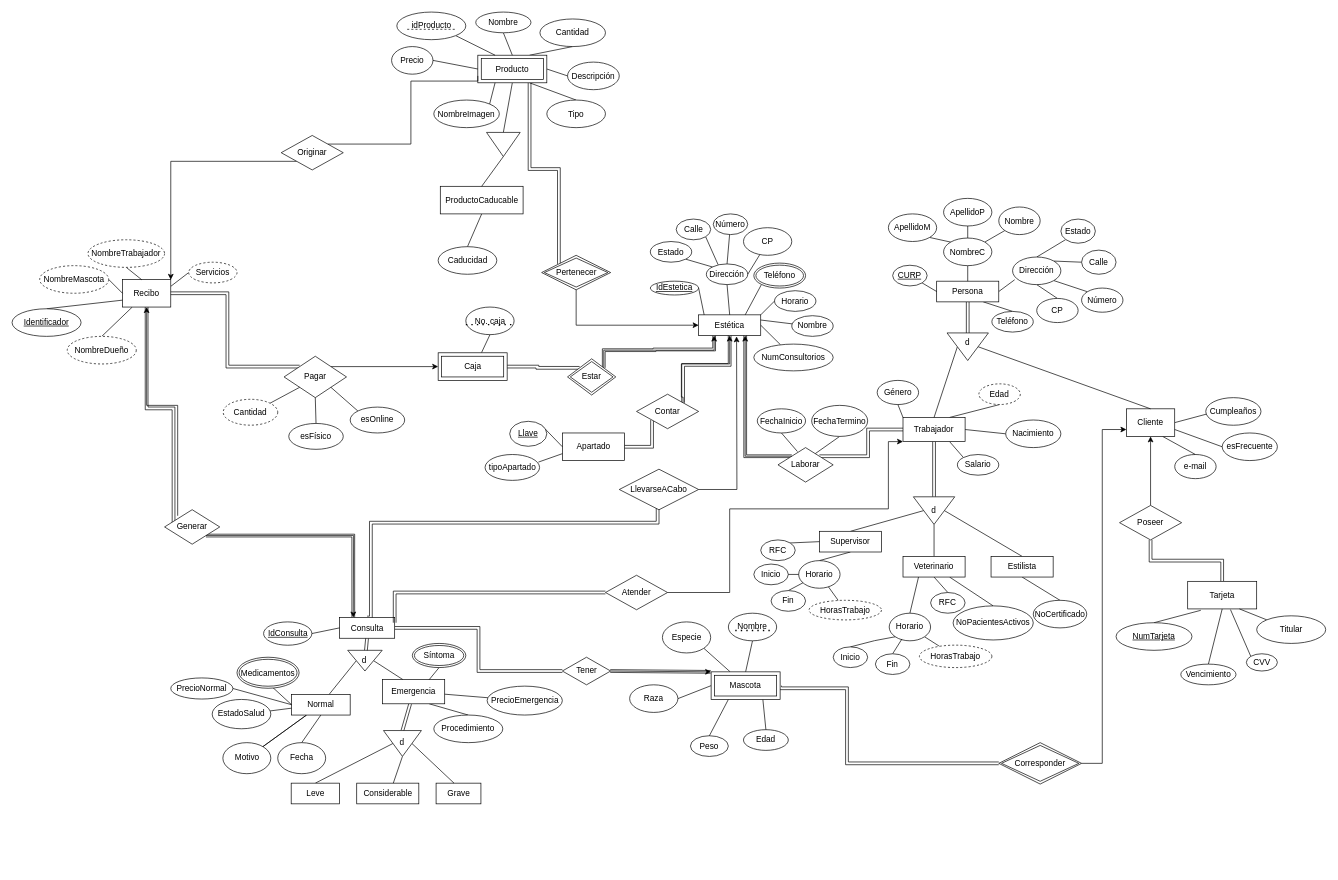
Above: ERAlfa.drawio in FBD-Alfa/Practica03 (draw.io), before the change. Source tidied: cells renumbered, new cells numbered last; positions are measured from the earlier drawing's top-left corner, leaving out a move shared by most shapes. Both pictures are drawn from the tidied source at 69%, with x=0, y=0 at pixel (12, 12).
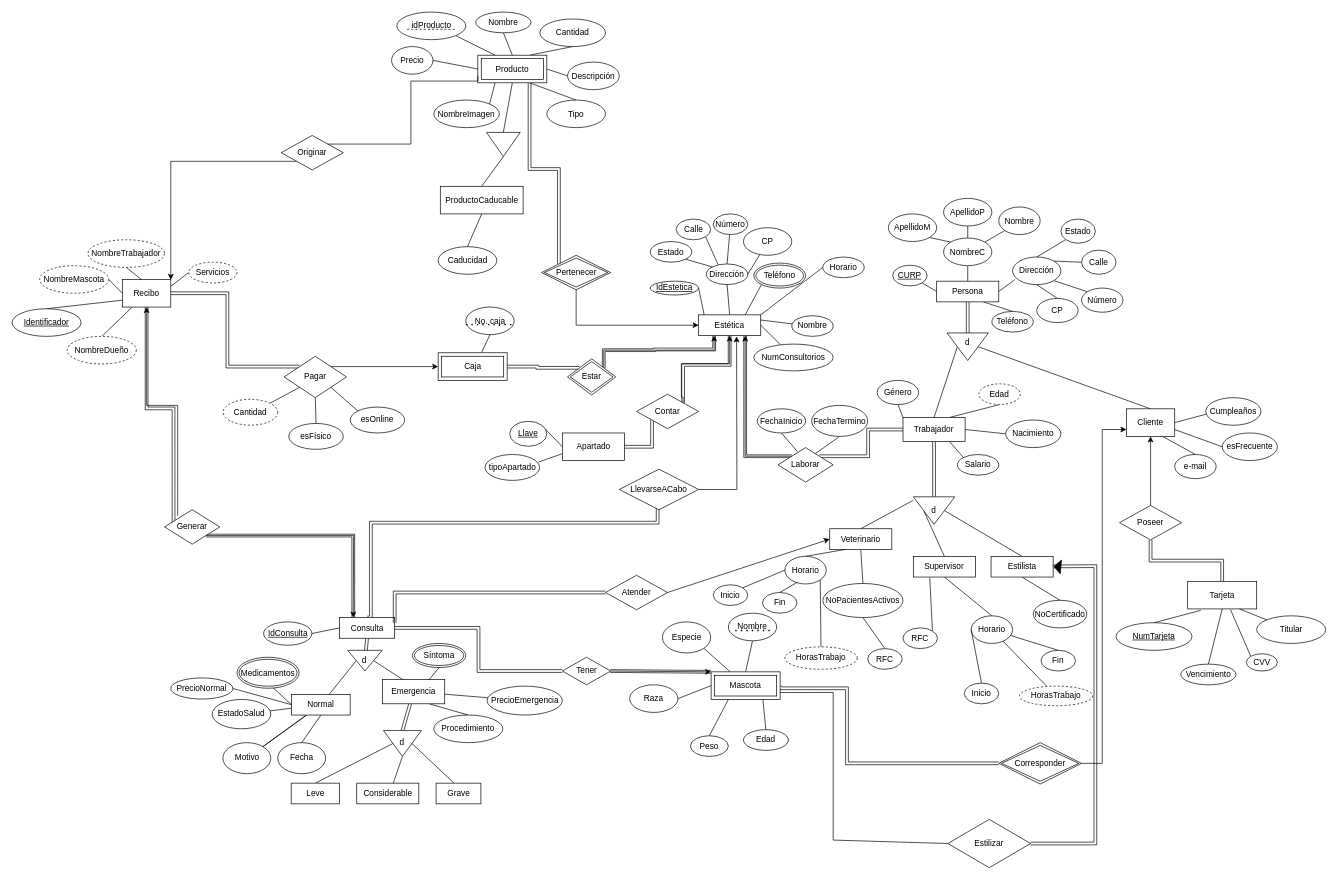
The same diagram, later.

Unchanged cells that the change refers to:
```xml
<mxCell id="33" value="Mascota" style="shape=ext;margin=3;double=1;whiteSpace=wrap;html=1;align=center;" parent="1" vertex="1">
  <mxGeometry x="1013.1" y="956.2" width="100" height="40" as="geometry" />
</mxCell>
<mxCell id="122" value="Trabajador" style="whiteSpace=wrap;html=1;align=center;" parent="1" vertex="1">
  <mxGeometry x="1291.2" y="587.5" width="90" height="35" as="geometry" />
</mxCell>
<mxCell id="131" style="triangle;whiteSpace=wrap;html=1;rotation=90;" parent="1" vertex="1">
  <mxGeometry x="1316.2" y="692.5" width="40" height="60" as="geometry" />
</mxCell>
<mxCell id="136" value="Estilista" style="whiteSpace=wrap;html=1;align=center;" parent="1" vertex="1">
  <mxGeometry x="1418.8" y="788.8" width="90" height="30" as="geometry" />
</mxCell>
<mxCell id="229" value="d" style="text;html=1;strokeColor=none;fillColor=none;align=center;verticalAlign=middle;whiteSpace=wrap;rounded=0;" parent="1" vertex="1">
  <mxGeometry x="1306.2" y="707.5" width="60" height="30" as="geometry" />
</mxCell>
<mxCell id="235" value="Atender" style="shape=rhombus;perimeter=rhombusPerimeter;whiteSpace=wrap;html=1;align=center;" parent="1" vertex="1">
  <mxGeometry x="860" y="816.2" width="90" height="50" as="geometry" />
</mxCell>
```

Change to the diagram source:
```diff
@@
     <mxCell id="111" value="Supervisor" style="whiteSpace=wrap;html=1;align=center;" parent="1" vertex="1">
-      <mxGeometry x="1170" y="752.5" width="90" height="30" as="geometry" />
+      <mxGeometry x="1306.2" y="788.8" width="90" height="30" as="geometry" />
     </mxCell>
@@
-    <mxCell id="129" style="edgeStyle=none;rounded=0;jettySize=auto;html=1;exitX=1;exitY=0.5;exitDx=0;exitDy=0;entryX=0.5;entryY=0;entryDx=0;entryDy=0;endArrow=none;endFill=0;" parent="1" edge="1" source="131" target="134">
+    <mxCell id="129" style="edgeStyle=none;rounded=0;jettySize=auto;html=1;exitX=0;exitY=0;exitDx=0;exitDy=0;entryX=0.5;entryY=0;entryDx=0;entryDy=0;endArrow=none;endFill=0;" parent="1" edge="1" source="229" target="134">
       <mxGeometry relative="1" as="geometry" />
     </mxCell>
@@
-    <mxCell id="132" style="edgeStyle=none;rounded=0;jettySize=auto;html=1;exitX=0.5;exitY=1;exitDx=0;exitDy=0;entryX=0.5;entryY=0;entryDx=0;entryDy=0;endArrow=none;endFill=0;" parent="1" edge="1" source="134" target="143">
+    <mxCell id="132" style="edgeStyle=none;rounded=0;jettySize=auto;html=1;exitX=0.5;exitY=1;exitDx=0;exitDy=0;entryX=0.5;entryY=0;entryDx=0;entryDy=0;endArrow=none;endFill=0;startArrow=none;" parent="1" edge="1" source="144" target="143">
       <mxGeometry relative="1" as="geometry" />
     </mxCell>
-    <mxCell id="133" style="edgeStyle=none;rounded=0;jettySize=auto;html=1;exitX=0.75;exitY=1;exitDx=0;exitDy=0;entryX=0.5;entryY=0;entryDx=0;entryDy=0;endArrow=none;endFill=0;" parent="1" edge="1" source="134" target="144">
-      <mxGeometry relative="1" as="geometry" />
-    </mxCell>
     <mxCell id="134" value="Veterinario" style="whiteSpace=wrap;html=1;align=center;" parent="1" vertex="1">
-      <mxGeometry x="1291.2" y="788.8" width="90" height="30" as="geometry" />
+      <mxGeometry x="1185" y="748.8" width="90" height="30" as="geometry" />
     </mxCell>
@@
     <mxCell id="139" value="Horario" style="ellipse;whiteSpace=wrap;html=1;align=center;" parent="1" vertex="1">
-      <mxGeometry x="1271.2" y="871.2" width="60" height="40" as="geometry" />
+      <mxGeometry x="1120" y="788.8" width="60" height="40" as="geometry" />
     </mxCell>
-    <mxCell id="140" style="edgeStyle=none;rounded=0;jettySize=auto;html=1;endArrow=none;endFill=0;entryX=0;entryY=0.5;entryDx=0;entryDy=0;exitX=1;exitY=0;exitDx=0;exitDy=0;" parent="1" edge="1" source="142" target="111">
-      <mxGeometry relative="1" as="geometry" />
+    <mxCell id="140" style="edgeStyle=none;rounded=0;jettySize=auto;html=1;endArrow=none;endFill=0;exitX=1;exitY=0;exitDx=0;exitDy=0;" parent="1" edge="1" source="142">
+      <mxGeometry relative="1" as="geometry">
+        <mxPoint x="1330" y="820" as="targetPoint" />
+      </mxGeometry>
     </mxCell>
@@
     <mxCell id="142" value="RFC" style="ellipse;whiteSpace=wrap;html=1;align=center;" parent="1" vertex="1">
-      <mxGeometry x="1085" y="765" width="50" height="30" as="geometry" />
+      <mxGeometry x="1291.2" y="892.5" width="50" height="30" as="geometry" />
     </mxCell>
     <mxCell id="143" value="RFC" style="ellipse;whiteSpace=wrap;html=1;align=center;" parent="1" vertex="1">
-      <mxGeometry x="1331.2" y="841.2" width="50" height="30" as="geometry" />
+      <mxGeometry x="1240" y="922.5" width="50" height="30" as="geometry" />
     </mxCell>
-    <mxCell id="144" value="NoPacientesActivos" style="ellipse;whiteSpace=wrap;html=1;align=center;" parent="1" vertex="1">
-      <mxGeometry x="1363.8" y="860.6" width="116.2" height="49.4" as="geometry" />
-    </mxCell>
-    <mxCell id="145" style="edgeStyle=none;rounded=0;jettySize=auto;html=1;entryX=0;entryY=1;entryDx=0;entryDy=0;endArrow=none;endFill=0;exitX=0.5;exitY=0;exitDx=0;exitDy=0;" parent="1" edge="1" source="146" target="139">
-      <mxGeometry relative="1" as="geometry">
-        <Array as="points">
-          <mxPoint x="1250" y="911" />
-        </Array>
-      </mxGeometry>
-    </mxCell>
     <mxCell id="146" value="Inicio" style="ellipse;whiteSpace=wrap;html=1;align=center;" parent="1" vertex="1">
-      <mxGeometry x="1190" y="920" width="50" height="30" as="geometry" />
+      <mxGeometry x="1016.2" y="830" width="50" height="30" as="geometry" />
     </mxCell>
@@
     <mxCell id="148" value="Fin" style="ellipse;whiteSpace=wrap;html=1;align=center;" parent="1" vertex="1">
-      <mxGeometry x="1251.2" y="930" width="50" height="30" as="geometry" />
+      <mxGeometry x="1087.5" y="841.2" width="50" height="30" as="geometry" />
     </mxCell>
@@
     <mxCell id="208" value="Horario" style="ellipse;whiteSpace=wrap;html=1;align=center;" parent="1" vertex="1">
-      <mxGeometry x="1140" y="795" width="60" height="40" as="geometry" />
+      <mxGeometry x="1390" y="875" width="60" height="40" as="geometry" />
     </mxCell>
-    <mxCell id="209" style="edgeStyle=none;rounded=0;jettySize=auto;html=1;entryX=0;entryY=0.5;entryDx=0;entryDy=0;endArrow=none;endFill=0;" parent="1" edge="1" target="208">
-      <mxGeometry relative="1" as="geometry">
-        <mxPoint x="1120" y="815" as="sourcePoint" />
-      </mxGeometry>
+    <mxCell id="209" style="edgeStyle=none;rounded=0;jettySize=auto;html=1;entryX=0;entryY=0.5;entryDx=0;entryDy=0;endArrow=none;endFill=0;exitX=0.5;exitY=0;exitDx=0;exitDy=0;" parent="1" edge="1" source="210" target="208">
+      <mxGeometry relative="1" as="geometry" />
     </mxCell>
     <mxCell id="210" value="Inicio" style="ellipse;whiteSpace=wrap;html=1;align=center;" parent="1" vertex="1">
-      <mxGeometry x="1075" y="800" width="50" height="30" as="geometry" />
+      <mxGeometry x="1380" y="972.5" width="50" height="30" as="geometry" />
     </mxCell>
@@
     <mxCell id="212" value="Fin" style="ellipse;whiteSpace=wrap;html=1;align=center;" parent="1" vertex="1">
-      <mxGeometry x="1100" y="838.4" width="50" height="30" as="geometry" />
+      <mxGeometry x="1491.2" y="925" width="50" height="30" as="geometry" />
     </mxCell>
@@
     <mxCell id="215" value="Horario" style="ellipse;whiteSpace=wrap;html=1;" parent="1" vertex="1">
-      <mxGeometry x="1105" y="403.8" width="60" height="30" as="geometry" />
+      <mxGeometry x="1175" y="355" width="60" height="30" as="geometry" />
     </mxCell>
@@
-    <mxCell id="234" style="edgeStyle=orthogonalEdgeStyle;rounded=0;jettySize=auto;html=1;exitX=1;exitY=0.5;exitDx=0;exitDy=0;entryX=0;entryY=1;entryDx=0;entryDy=0;endArrow=classic;endFill=1;" parent="1" edge="1" source="235" target="122">
-      <mxGeometry relative="1" as="geometry">
-        <Array as="points">
-          <mxPoint x="1040" y="841" />
-          <mxPoint x="1040" y="720" />
-          <mxPoint x="1270" y="720" />
-          <mxPoint x="1270" y="622" />
-        </Array>
-      </mxGeometry>
-    </mxCell>
@@
-    <mxCell id="242" value="HorasTrabajo" style="ellipse;whiteSpace=wrap;html=1;align=center;dashed=1;" parent="1" vertex="1">
-      <mxGeometry x="1315" y="917.5" width="105" height="32.5" as="geometry" />
-    </mxCell>
@@
     <mxCell id="244" value="HorasTrabajo" style="ellipse;whiteSpace=wrap;html=1;align=center;dashed=1;" parent="1" vertex="1">
-      <mxGeometry x="1155" y="852.5" width="105" height="28.4" as="geometry" />
+      <mxGeometry x="1460" y="976.9" width="106.2" height="28.4" as="geometry" />
     </mxCell>
@@
+    <mxCell id="144" value="NoPacientesActivos" style="ellipse;whiteSpace=wrap;html=1;align=center;" parent="1" vertex="1">
+      <mxGeometry x="1175" y="828.1" width="116.2" height="49.4" as="geometry" />
+    </mxCell>
+    <mxCell id="133" style="edgeStyle=none;rounded=0;jettySize=auto;html=1;exitX=0.5;exitY=1;exitDx=0;exitDy=0;entryX=0.5;entryY=0;entryDx=0;entryDy=0;endArrow=none;endFill=0;" parent="1" edge="1" source="134" target="144">
+      <mxGeometry relative="1" as="geometry" />
+    </mxCell>
+    <mxCell id="242" value="HorasTrabajo" style="ellipse;whiteSpace=wrap;html=1;align=center;dashed=1;" parent="1" vertex="1">
+      <mxGeometry x="1120" y="920" width="105" height="32.5" as="geometry" />
+    </mxCell>
+    <mxCell id="258" style="endArrow=classic;html=1;rounded=0;entryX=0;entryY=0.5;entryDx=0;entryDy=0;exitX=1;exitY=0.5;exitDx=0;exitDy=0;" parent="1" edge="1" source="235" target="134">
+      <mxGeometry relative="1" as="geometry" />
+    </mxCell>
+    <mxCell id="145" style="endArrow=none;html=1;rounded=0;entryX=0;entryY=0.5;entryDx=0;entryDy=0;exitX=1;exitY=0;exitDx=0;exitDy=0;" parent="1" edge="1" source="146" target="139">
+      <mxGeometry relative="1" as="geometry" />
+    </mxCell>
+    <mxCell id="259" value="Estilizar" style="rhombus;whiteSpace=wrap;html=1;" parent="1" vertex="1">
+      <mxGeometry x="1356.2" y="1170" width="120" height="70" as="geometry" />
+    </mxCell>
+    <mxCell id="260" style="endArrow=classic;html=1;rounded=0;entryX=1;entryY=0.5;entryDx=0;entryDy=0;exitX=1;exitY=0.5;exitDx=0;exitDy=0;shape=link;startArrow=none;" parent="1" edge="1" source="262" target="136">
+      <mxGeometry relative="1" as="geometry" />
+    </mxCell>
+    <mxCell id="261" style="endArrow=none;html=1;rounded=0;entryX=1;entryY=0.75;entryDx=0;entryDy=0;exitX=0;exitY=0.5;exitDx=0;exitDy=0;" parent="1" edge="1" source="259" target="33">
+      <mxGeometry relative="1" as="geometry">
+        <Array as="points">
+          <mxPoint x="1190" y="1200" />
+          <mxPoint x="1190" y="986" />
+        </Array>
+      </mxGeometry>
+    </mxCell>
+    <mxCell id="262" style="triangle;whiteSpace=wrap;html=1;rotation=-175;fillColor=#000000;" parent="1" vertex="1">
+      <mxGeometry x="1510" y="793.8" width="10" height="20" as="geometry" />
+    </mxCell>
+    <mxCell id="263" style="endArrow=none;html=1;rounded=0;entryX=1;entryY=0.5;entryDx=0;entryDy=0;exitX=1;exitY=0.5;exitDx=0;exitDy=0;shape=link;" parent="1" edge="1" source="259" target="262">
+      <mxGeometry relative="1" as="geometry">
+        <Array as="points">
+          <mxPoint x="1570" y="1205" />
+          <mxPoint x="1570" y="803" />
+        </Array>
+      </mxGeometry>
+    </mxCell>
```
